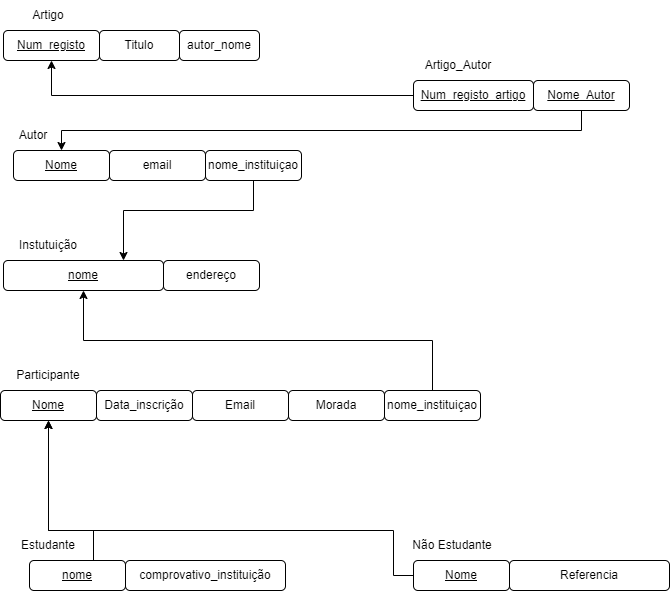
rtavares018/BD keeps this draw.io diagram as Guião3/ex_3_3c.png. Above is the earlier version. Source tidied: cells renumbered, new cells last; positions are measured from the earlier drawing's top-left corner, leaving out a move shared by most shapes. Source of this version:
```xml
<mxGraphModel>
  <root>
    <mxCell id="0" />
    <mxCell id="1" parent="0" />
    <mxCell id="2" value="Titulo" style="rounded=1;whiteSpace=wrap;html=1;" parent="1" vertex="1">
      <mxGeometry x="99" y="30" width="80" height="30" as="geometry" />
    </mxCell>
    <mxCell id="3" value="&lt;u&gt;Num_registo&lt;/u&gt;" style="rounded=1;whiteSpace=wrap;html=1;" parent="1" vertex="1">
      <mxGeometry x="3" y="30" width="96" height="30" as="geometry" />
    </mxCell>
    <mxCell id="4" value="Artigo" style="text;strokeColor=none;align=center;fillColor=none;html=1;verticalAlign=middle;whiteSpace=wrap;rounded=0;" parent="1" vertex="1">
      <mxGeometry x="3" width="90" height="30" as="geometry" />
    </mxCell>
    <mxCell id="5" value="autor_nome" style="rounded=1;whiteSpace=wrap;html=1;" parent="1" vertex="1">
      <mxGeometry x="179" y="30" width="80" height="30" as="geometry" />
    </mxCell>
    <mxCell id="6" value="email" style="rounded=1;whiteSpace=wrap;html=1;" parent="1" vertex="1">
      <mxGeometry x="109" y="150" width="96" height="30" as="geometry" />
    </mxCell>
    <mxCell id="7" value="Autor" style="text;strokeColor=none;align=center;fillColor=none;html=1;verticalAlign=middle;whiteSpace=wrap;rounded=0;" parent="1" vertex="1">
      <mxGeometry x="3" y="120" width="60" height="30" as="geometry" />
    </mxCell>
    <mxCell id="8" value="&lt;u&gt;Nome&lt;/u&gt;" style="rounded=1;whiteSpace=wrap;html=1;" parent="1" vertex="1">
      <mxGeometry x="13" y="150" width="96" height="30" as="geometry" />
    </mxCell>
    <mxCell id="9" style="edgeStyle=orthogonalEdgeStyle;rounded=0;jettySize=auto;html=1;entryX=0.75;entryY=0;entryDx=0;entryDy=0;" parent="1" edge="1" source="10" target="16">
      <mxGeometry relative="1" as="geometry">
        <Array as="points">
          <mxPoint x="253" y="210" />
          <mxPoint x="123" y="210" />
        </Array>
      </mxGeometry>
    </mxCell>
    <mxCell id="10" value="nome_instituiçao" style="rounded=1;whiteSpace=wrap;html=1;" parent="1" vertex="1">
      <mxGeometry x="205" y="150" width="96" height="30" as="geometry" />
    </mxCell>
    <mxCell id="11" style="edgeStyle=orthogonalEdgeStyle;rounded=0;jettySize=auto;html=1;entryX=0.5;entryY=1;entryDx=0;entryDy=0;" parent="1" edge="1" source="12" target="3">
      <mxGeometry relative="1" as="geometry" />
    </mxCell>
    <mxCell id="12" value="&lt;u&gt;Num_registo_artigo&lt;/u&gt;" style="rounded=1;whiteSpace=wrap;html=1;" parent="1" vertex="1">
      <mxGeometry x="413" y="80" width="120" height="30" as="geometry" />
    </mxCell>
    <mxCell id="13" value="Artigo_Autor" style="text;strokeColor=none;align=center;fillColor=none;html=1;verticalAlign=middle;whiteSpace=wrap;rounded=0;" parent="1" vertex="1">
      <mxGeometry x="413" y="50" width="90" height="30" as="geometry" />
    </mxCell>
    <mxCell id="14" style="edgeStyle=orthogonalEdgeStyle;rounded=0;jettySize=auto;html=1;exitX=0.5;exitY=1;exitDx=0;exitDy=0;entryX=0.5;entryY=0;entryDx=0;entryDy=0;" parent="1" edge="1" source="15" target="8">
      <mxGeometry relative="1" as="geometry" />
    </mxCell>
    <mxCell id="15" value="&lt;u&gt;Nome_Autor&lt;/u&gt;" style="rounded=1;whiteSpace=wrap;html=1;" parent="1" vertex="1">
      <mxGeometry x="533" y="80" width="96" height="30" as="geometry" />
    </mxCell>
    <mxCell id="16" value="&lt;u&gt;nome&lt;/u&gt;" style="rounded=1;whiteSpace=wrap;html=1;" parent="1" vertex="1">
      <mxGeometry x="3" y="260" width="160" height="30" as="geometry" />
    </mxCell>
    <mxCell id="17" value="Instutuição" style="text;strokeColor=none;align=center;fillColor=none;html=1;verticalAlign=middle;whiteSpace=wrap;rounded=0;" parent="1" vertex="1">
      <mxGeometry x="3" y="230" width="90" height="30" as="geometry" />
    </mxCell>
    <mxCell id="18" value="endereço" style="rounded=1;whiteSpace=wrap;html=1;" parent="1" vertex="1">
      <mxGeometry x="163" y="260" width="96" height="30" as="geometry" />
    </mxCell>
    <mxCell id="19" value="Data_inscrição" style="rounded=1;whiteSpace=wrap;html=1;" parent="1" vertex="1">
      <mxGeometry x="96" y="390" width="96" height="30" as="geometry" />
    </mxCell>
    <mxCell id="20" value="&lt;u&gt;Nome&lt;/u&gt;" style="rounded=1;whiteSpace=wrap;html=1;" parent="1" vertex="1">
      <mxGeometry y="390" width="96" height="30" as="geometry" />
    </mxCell>
    <mxCell id="21" value="Participante" style="text;strokeColor=none;align=center;fillColor=none;html=1;verticalAlign=middle;whiteSpace=wrap;rounded=0;" parent="1" vertex="1">
      <mxGeometry x="3" y="360" width="90" height="30" as="geometry" />
    </mxCell>
    <mxCell id="22" value="Email" style="rounded=1;whiteSpace=wrap;html=1;" parent="1" vertex="1">
      <mxGeometry x="192" y="390" width="96" height="30" as="geometry" />
    </mxCell>
    <mxCell id="23" value="Morada" style="rounded=1;whiteSpace=wrap;html=1;" parent="1" vertex="1">
      <mxGeometry x="288" y="390" width="96" height="30" as="geometry" />
    </mxCell>
    <mxCell id="24" style="edgeStyle=orthogonalEdgeStyle;rounded=0;jettySize=auto;html=1;entryX=0.5;entryY=1;entryDx=0;entryDy=0;" parent="1" edge="1" source="25" target="16">
      <mxGeometry relative="1" as="geometry">
        <Array as="points">
          <mxPoint x="432" y="340" />
          <mxPoint x="83" y="340" />
        </Array>
      </mxGeometry>
    </mxCell>
    <mxCell id="25" value="nome_instituiçao" style="rounded=1;whiteSpace=wrap;html=1;" parent="1" vertex="1">
      <mxGeometry x="384" y="390" width="96" height="30" as="geometry" />
    </mxCell>
    <mxCell id="26" value="comprovativo_instituição" style="rounded=1;whiteSpace=wrap;html=1;" parent="1" vertex="1">
      <mxGeometry x="125" y="560" width="160" height="30" as="geometry" />
    </mxCell>
    <mxCell id="27" value="&lt;u&gt;nome&lt;/u&gt;" style="rounded=1;whiteSpace=wrap;html=1;" parent="1" vertex="1">
      <mxGeometry x="29" y="560" width="96" height="30" as="geometry" />
    </mxCell>
    <mxCell id="28" style="edgeStyle=orthogonalEdgeStyle;rounded=0;jettySize=auto;html=1;exitX=1;exitY=1;exitDx=0;exitDy=0;" parent="1" edge="1" source="29" target="20">
      <mxGeometry relative="1" as="geometry">
        <Array as="points">
          <mxPoint x="93" y="530" />
          <mxPoint x="48" y="530" />
        </Array>
      </mxGeometry>
    </mxCell>
    <mxCell id="29" value="Estudante" style="text;strokeColor=none;align=center;fillColor=none;html=1;verticalAlign=middle;whiteSpace=wrap;rounded=0;" parent="1" vertex="1">
      <mxGeometry x="3" y="530" width="90" height="30" as="geometry" />
    </mxCell>
    <mxCell id="30" value="Referencia" style="rounded=1;whiteSpace=wrap;html=1;" parent="1" vertex="1">
      <mxGeometry x="509" y="560" width="160" height="30" as="geometry" />
    </mxCell>
    <mxCell id="31" style="edgeStyle=orthogonalEdgeStyle;rounded=0;jettySize=auto;html=1;entryX=0.5;entryY=1;entryDx=0;entryDy=0;" parent="1" edge="1" source="32" target="20">
      <mxGeometry relative="1" as="geometry">
        <Array as="points">
          <mxPoint x="393" y="575" />
          <mxPoint x="393" y="530" />
          <mxPoint x="48" y="530" />
        </Array>
      </mxGeometry>
    </mxCell>
    <mxCell id="32" value="&lt;u&gt;Nome&lt;/u&gt;" style="rounded=1;whiteSpace=wrap;html=1;" parent="1" vertex="1">
      <mxGeometry x="413" y="560" width="96" height="30" as="geometry" />
    </mxCell>
    <mxCell id="33" value="Não Estudante" style="text;strokeColor=none;align=center;fillColor=none;html=1;verticalAlign=middle;whiteSpace=wrap;rounded=0;" parent="1" vertex="1">
      <mxGeometry x="407" y="530" width="90" height="30" as="geometry" />
    </mxCell>
  </root>
</mxGraphModel>
```
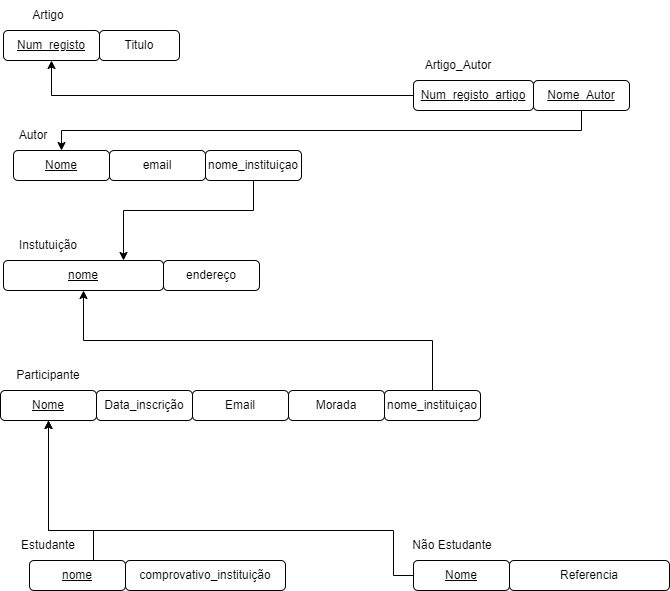
Later version of the same file.

What changed in the source:
```diff
@@ -11,9 +11,6 @@
     <mxCell id="4" value="Artigo" style="text;strokeColor=none;align=center;fillColor=none;html=1;verticalAlign=middle;whiteSpace=wrap;rounded=0;" parent="1" vertex="1">
       <mxGeometry x="3" width="90" height="30" as="geometry" />
     </mxCell>
-    <mxCell id="5" value="autor_nome" style="rounded=1;whiteSpace=wrap;html=1;" parent="1" vertex="1">
-      <mxGeometry x="179" y="30" width="80" height="30" as="geometry" />
-    </mxCell>
     <mxCell id="6" value="email" style="rounded=1;whiteSpace=wrap;html=1;" parent="1" vertex="1">
       <mxGeometry x="109" y="150" width="96" height="30" as="geometry" />
     </mxCell>
```
